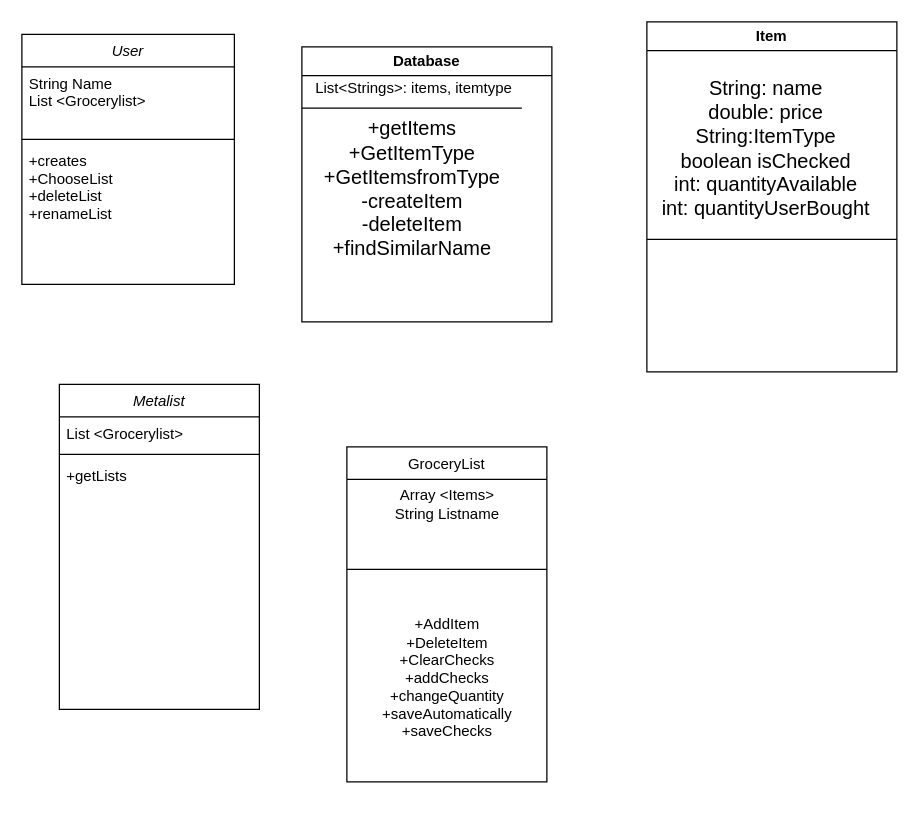
This is Untitled Diagram.drawio from Zacharymk1213/dumpdrawio, a draw.io file, before an edit. Source tidied: cells renumbered, new cells numbered last; positions are measured from the earlier drawing's top-left corner, leaving out a move shared by most shapes. Both pictures are drawn from the tidied source at 125%, with x=0, y=0 at pixel (21, 21).
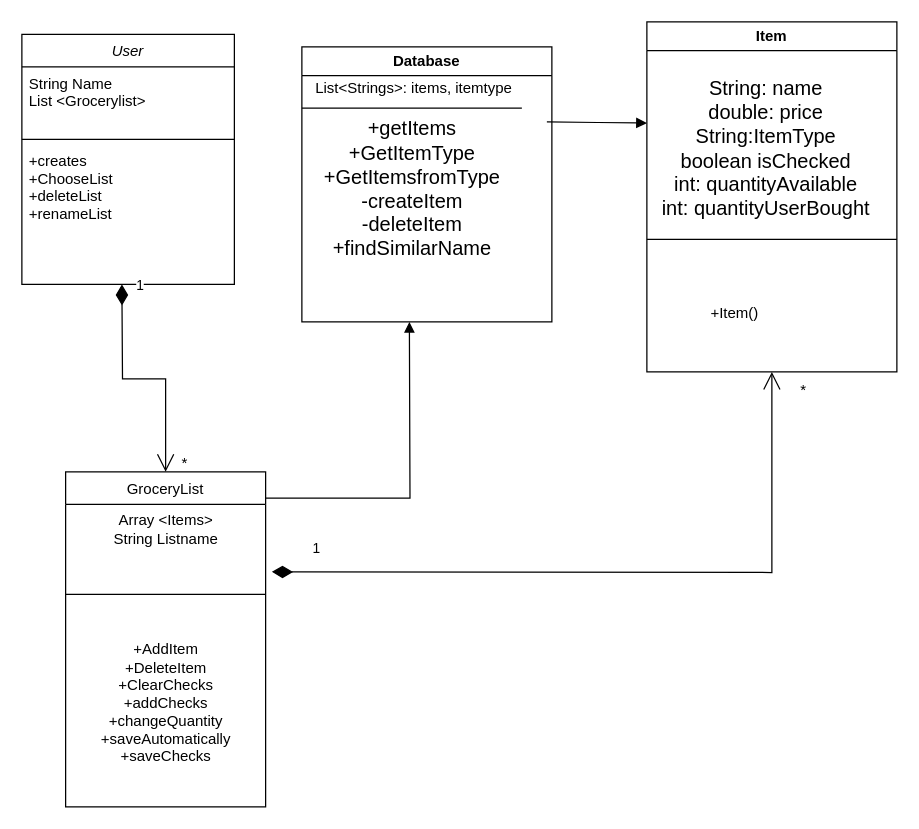
Above is the later version.

Unchanged cells that the change refers to:
```xml
<mxCell id="14" value="Item" style="swimlane;whiteSpace=wrap;html=1;" parent="1" vertex="1">
  <mxGeometry x="500" width="200" height="280" as="geometry" />
</mxCell>
<mxCell id="15" value="String: name&lt;div&gt;double: price&lt;/div&gt;&lt;div&gt;String:ItemType&lt;/div&gt;&lt;div&gt;boolean isChecked&lt;/div&gt;&lt;div&gt;int: quantityAvailable&lt;/div&gt;&lt;div&gt;int: quantityUserBought&lt;/div&gt;" style="text;html=1;align=center;verticalAlign=middle;points=[];strokeColor=none;fillColor=none;fontSize=16;" parent="14" vertex="1">
  <mxGeometry y="36" width="190" height="130" as="geometry" />
</mxCell>
```

Change to the diagram source:
```diff
@@
     <mxCell id="6" value="GroceryList" style="swimlane;fontStyle=0;align=center;verticalAlign=top;horizontal=1;startSize=26;rounded=0;shadow=0;strokeWidth=1;" parent="1" vertex="1">
-      <mxGeometry x="260" y="340" width="160" height="268" as="geometry" />
+      <mxGeometry x="35" y="360" width="160" height="268" as="geometry" />
     </mxCell>
@@
-    <mxCell id="17" value="Metalist" style="swimlane;fontStyle=2;align=center;verticalAlign=top;horizontal=1;startSize=26;rounded=0;shadow=0;strokeWidth=1;" parent="1" vertex="1">
-      <mxGeometry x="30" y="290" width="160" height="260" as="geometry" />
-    </mxCell>
-    <mxCell id="18" value="List &lt;Grocerylist&gt;" style="text;align=left;verticalAlign=top;spacingLeft=4;spacingRight=4;overflow=hidden;" parent="17" vertex="1">
-      <mxGeometry y="26" width="160" height="26" as="geometry" />
-    </mxCell>
-    <mxCell id="19" style="line;html=1;strokeWidth=1;align=left;verticalAlign=middle;spacingTop=-1;spacingLeft=3;spacingRight=3;labelPosition=right;" parent="17" vertex="1">
-      <mxGeometry y="52" width="160" height="8" as="geometry" />
-    </mxCell>
-    <mxCell id="20" value="+getLists&#10;" style="text;align=left;verticalAlign=top;spacingLeft=4;spacingRight=4;overflow=hidden;" parent="17" vertex="1">
-      <mxGeometry y="60" width="160" height="110" as="geometry" />
-    </mxCell>
+    <mxCell id="21" value="1" style="endArrow=open;html=1;endSize=12;startArrow=diamondThin;startSize=14;startFill=1;edgeStyle=orthogonalEdgeStyle;align=left;verticalAlign=bottom;rounded=0;entryX=0.5;entryY=0;entryDx=0;entryDy=0;" parent="1" edge="1" target="6">
+      <mxGeometry x="-0.89" y="10" relative="1" as="geometry">
+        <mxPoint x="80" y="210" as="sourcePoint" />
+      </mxGeometry>
+    </mxCell>
+    <mxCell id="22" value="*" style="text;html=1;align=center;verticalAlign=middle;strokeColor=none;fillColor=none;" parent="1" vertex="1">
+      <mxGeometry x="115" y="338" width="30" height="30" as="geometry" />
+    </mxCell>
+    <mxCell id="23" value="1" style="endArrow=open;html=1;endSize=12;startArrow=diamondThin;startSize=14;startFill=1;edgeStyle=orthogonalEdgeStyle;align=left;verticalAlign=bottom;rounded=0;entryX=0.5;entryY=1;entryDx=0;entryDy=0;" parent="1" edge="1" target="14">
+      <mxGeometry x="-0.89" y="10" relative="1" as="geometry">
+        <mxPoint x="200" y="440" as="sourcePoint" />
+      </mxGeometry>
+    </mxCell>
+    <mxCell id="24" value="*" style="text;html=1;align=center;verticalAlign=middle;strokeColor=none;fillColor=none;" parent="1" vertex="1">
+      <mxGeometry x="610" y="280" width="30" height="30" as="geometry" />
+    </mxCell>
+    <mxCell id="25" style="endArrow=block;endFill=1;html=1;edgeStyle=orthogonalEdgeStyle;align=left;verticalAlign=top;rounded=0;exitX=1;exitY=0.078;exitDx=0;exitDy=0;exitPerimeter=0;" parent="1" edge="1" source="6">
+      <mxGeometry x="-1" relative="1" as="geometry">
+        <mxPoint x="310" y="240" as="targetPoint" />
+      </mxGeometry>
+    </mxCell>
+    <mxCell id="26" style="endArrow=block;endFill=1;html=1;edgeStyle=orthogonalEdgeStyle;align=left;verticalAlign=top;rounded=0;entryX=0;entryY=0.346;entryDx=0;entryDy=0;entryPerimeter=0;" parent="1" edge="1" target="15">
+      <mxGeometry x="-1" relative="1" as="geometry">
+        <mxPoint x="420" y="80" as="sourcePoint" />
+      </mxGeometry>
+    </mxCell>
+    <mxCell id="27" value="+Item()" style="text;html=1;align=center;verticalAlign=middle;strokeColor=none;fillColor=none;" parent="1" vertex="1">
+      <mxGeometry x="540" y="218" width="60" height="30" as="geometry" />
+    </mxCell>
```
